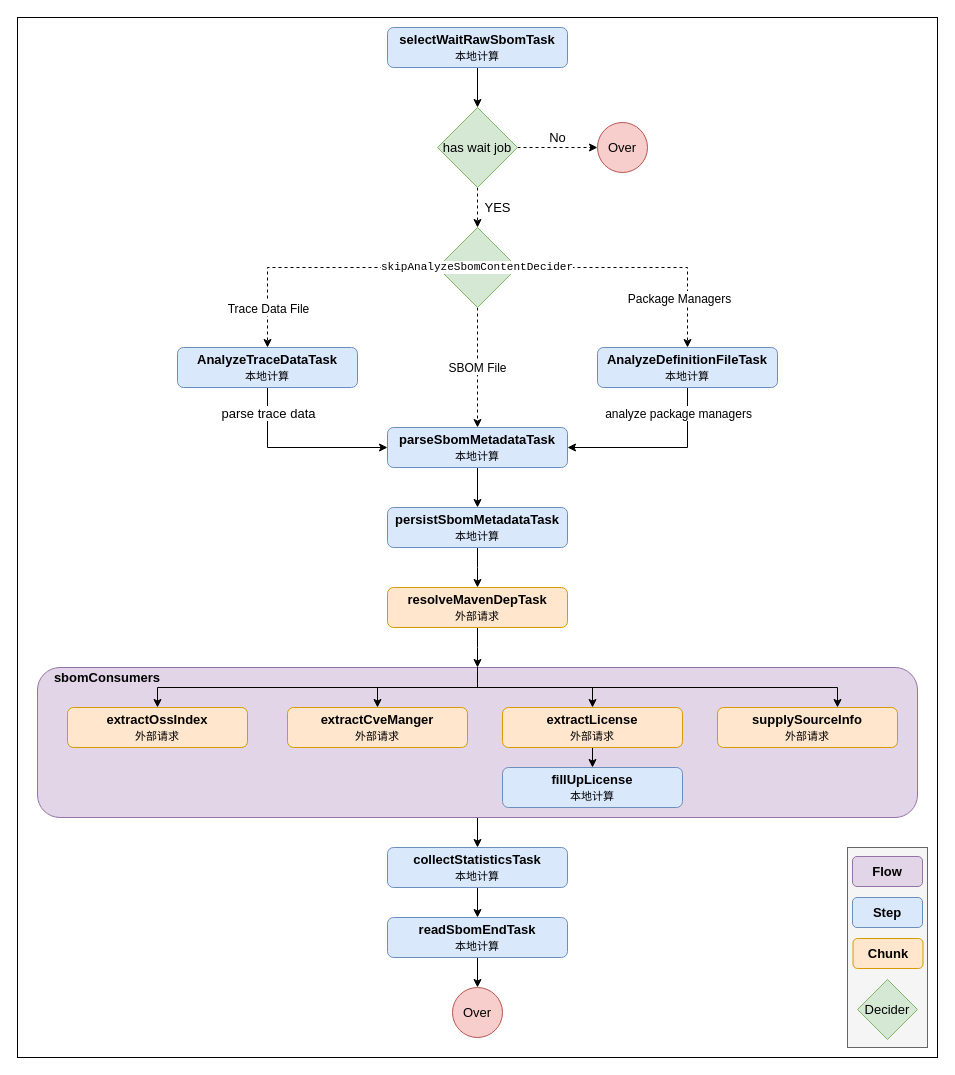
Before: doc/assert/import-sbom-job-1.0.drawio in step-security-bot/sbom-service, a draw.io diagram. Source tidied: cells renumbered, new cells numbered last; positions are measured from the earlier drawing's top-left corner, leaving out a move shared by most shapes. Both pictures are drawn from the tidied source at 100%, with x=0, y=0 at pixel (17, 17).
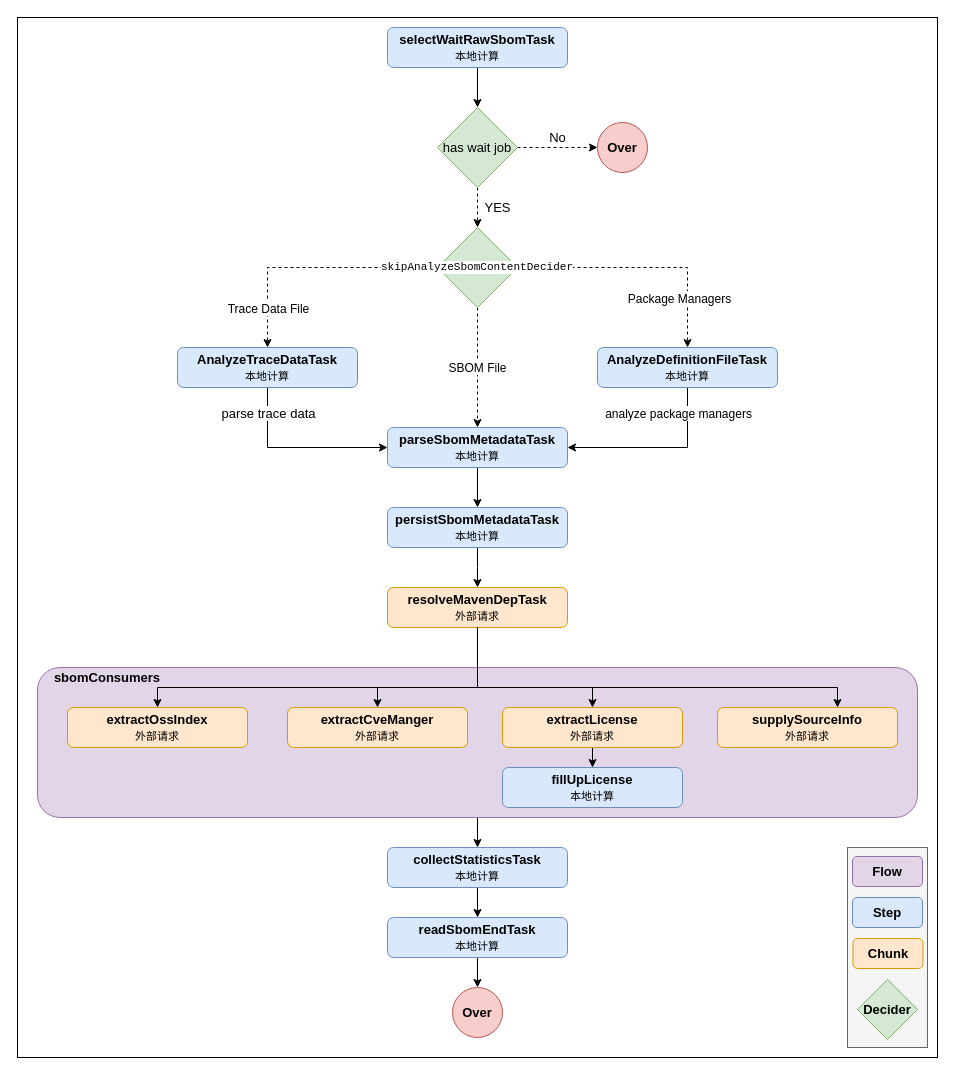
The same diagram, later.

Commit message (it also covers changes not shown here):
doc: optimize sbom import process flow

Unchanged cells that the change refers to:
```xml
<mxCell id="29" value="&lt;b&gt;resolveMavenDepTask&lt;br&gt;&lt;/b&gt;&lt;span style=&quot;font-size: 11px; font-weight: 400;&quot;&gt;外部请求&lt;/span&gt;&lt;b&gt;&lt;br&gt;&lt;/b&gt;" style="rounded=1;whiteSpace=wrap;html=1;fillColor=#ffe6cc;strokeColor=#d79b00;fontSize=13;fontStyle=1;" parent="1" vertex="1">
  <mxGeometry x="370" y="570" width="180" height="40" as="geometry" />
</mxCell>
<mxCell id="30" value="extractOssIndex&lt;br&gt;&lt;span style=&quot;font-size: 11px; font-weight: 400;&quot;&gt;外部请求&lt;/span&gt;" style="rounded=1;whiteSpace=wrap;html=1;fillColor=#ffe6cc;strokeColor=#d79b00;fontSize=13;fontStyle=1;" parent="1" vertex="1">
  <mxGeometry x="50" y="690" width="180" height="40" as="geometry" />
</mxCell>
<mxCell id="32" value="extractLicense&lt;br&gt;&lt;span style=&quot;font-size: 11px; font-weight: 400;&quot;&gt;外部请求&lt;/span&gt;" style="rounded=1;whiteSpace=wrap;html=1;fillColor=#ffe6cc;strokeColor=#d79b00;fontSize=13;fontStyle=1;" parent="1" vertex="1">
  <mxGeometry x="485" y="690" width="180" height="40" as="geometry" />
</mxCell>
<mxCell id="33" value="extractCveManger&lt;br&gt;&lt;span style=&quot;font-size: 11px; font-weight: 400;&quot;&gt;外部请求&lt;/span&gt;" style="rounded=1;whiteSpace=wrap;html=1;fillColor=#ffe6cc;strokeColor=#d79b00;fontSize=13;fontStyle=1;" parent="1" vertex="1">
  <mxGeometry x="270" y="690" width="180" height="40" as="geometry" />
</mxCell>
<mxCell id="45" style="group;" parent="1" vertex="1">
  <mxGeometry x="830" y="830" width="80" height="200" as="geometry" />
</mxCell>
```

Diff of the diagram source:
```diff
@@
-    <mxCell id="8" value="Over" style="ellipse;whiteSpace=wrap;html=1;fillColor=#f8cecc;strokeColor=#b85450;fontSize=13;" parent="1" vertex="1">
+    <mxCell id="8" value="Over" style="ellipse;whiteSpace=wrap;html=1;fillColor=#f8cecc;strokeColor=#b85450;fontSize=13;fontStyle=1;" parent="1" vertex="1">
       <mxGeometry x="580" y="105" width="50" height="50" as="geometry" />
     </mxCell>
@@
-    <mxCell id="28" style="edgeStyle=orthogonalEdgeStyle;rounded=0;jettySize=auto;html=1;exitX=0.5;exitY=1;exitDx=0;exitDy=0;fontSize=12;fontColor=#000000;" parent="1" edge="1" source="29">
-      <mxGeometry relative="1" as="geometry">
-        <mxPoint x="460" y="650" as="targetPoint" />
-      </mxGeometry>
-    </mxCell>
@@
     <mxCell id="36" style="edgeStyle=orthogonalEdgeStyle;rounded=0;jettySize=auto;html=1;fontSize=12;fontColor=#000000;entryX=0.5;entryY=0;entryDx=0;entryDy=0;" parent="1" edge="1" target="33">
       <mxGeometry relative="1" as="geometry">
-        <mxPoint x="460" y="650" as="sourcePoint" />
+        <mxPoint x="460" y="610" as="sourcePoint" />
         <Array as="points">
           <mxPoint x="460" y="670" />
           <mxPoint x="360" y="670" />
         </Array>
       </mxGeometry>
     </mxCell>
     <mxCell id="37" style="edgeStyle=orthogonalEdgeStyle;rounded=0;jettySize=auto;html=1;fontSize=12;fontColor=#000000;entryX=0.5;entryY=0;entryDx=0;entryDy=0;" parent="1" edge="1" target="32">
       <mxGeometry relative="1" as="geometry">
-        <mxPoint x="460" y="650" as="sourcePoint" />
+        <mxPoint x="460" y="610" as="sourcePoint" />
         <Array as="points">
           <mxPoint x="460" y="670" />
           <mxPoint x="575" y="670" />
         </Array>
       </mxGeometry>
     </mxCell>
     <mxCell id="38" style="edgeStyle=orthogonalEdgeStyle;rounded=0;orthogonalLoop=1;jettySize=auto;html=1;fontSize=12;fontColor=#000000;" parent="1" edge="1">
       <mxGeometry relative="1" as="geometry">
-        <mxPoint x="460" y="650" as="sourcePoint" />
+        <mxPoint x="460" y="610" as="sourcePoint" />
         <mxPoint x="820" y="690" as="targetPoint" />
         <Array as="points">
           <mxPoint x="460" y="670" />
           <mxPoint x="820" y="670" />
         </Array>
       </mxGeometry>
     </mxCell>
-    <mxCell id="39" style="edgeStyle=orthogonalEdgeStyle;rounded=0;jettySize=auto;html=1;fontSize=12;fontColor=#000000;entryX=0.5;entryY=0;entryDx=0;entryDy=0;" parent="1" edge="1" target="30">
+    <mxCell id="39" style="edgeStyle=orthogonalEdgeStyle;rounded=0;jettySize=auto;html=1;fontSize=12;fontColor=#000000;entryX=0.5;entryY=0;entryDx=0;entryDy=0;exitX=0.5;exitY=1;exitDx=0;exitDy=0;" parent="1" edge="1" source="29" target="30">
       <mxGeometry relative="1" as="geometry">
-        <mxPoint x="460" y="651" as="sourcePoint" />
         <Array as="points">
           <mxPoint x="460" y="670" />
           <mxPoint x="140" y="670" />
         </Array>
       </mxGeometry>
     </mxCell>
@@
-    <mxCell id="44" value="Over" style="ellipse;whiteSpace=wrap;html=1;fillColor=#f8cecc;strokeColor=#b85450;fontSize=13;" parent="1" vertex="1">
+    <mxCell id="44" value="Over" style="ellipse;whiteSpace=wrap;html=1;fillColor=#f8cecc;strokeColor=#b85450;fontSize=13;fontStyle=1;" parent="1" vertex="1">
       <mxGeometry x="435" y="970" width="50" height="50" as="geometry" />
     </mxCell>
@@
-    <mxCell id="47" value="Decider" style="rhombus;whiteSpace=wrap;html=1;fillColor=#d5e8d4;strokeColor=#82b366;fontSize=13;" parent="45" vertex="1">
+    <mxCell id="47" value="Decider" style="rhombus;whiteSpace=wrap;html=1;fillColor=#d5e8d4;strokeColor=#82b366;fontSize=13;fontStyle=1;" parent="45" vertex="1">
       <mxGeometry x="10" y="132" width="60" height="60" as="geometry" />
     </mxCell>
```
